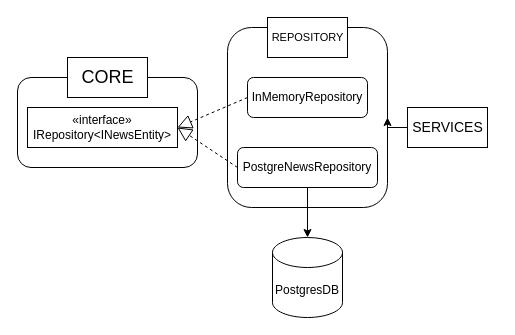
carlCarlson6/CamillionCodeAssignment keeps this draw.io diagram as img/REPOSITORY_diagram.drawio. Above is the earlier version. Source tidied: cells renumbered, new cells numbered last; positions are measured from the earlier drawing's top-left corner, leaving out a move shared by most shapes. Both pictures are drawn from the tidied source at 100%, with x=0, y=0 at pixel (17, 17).
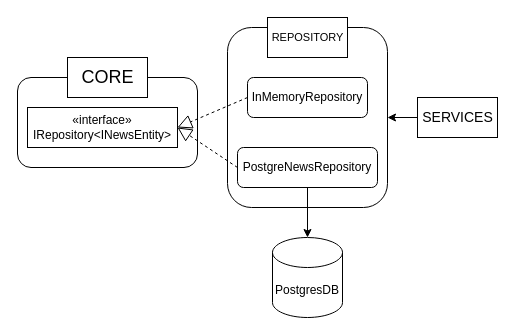
The same page after the edit.

Commit message (it also covers changes not shown here):
updated repository diagram

Diff of the diagram source:
```diff
@@
 <mxGraphModel>
   <root>
     <mxCell id="0" />
     <mxCell id="1" parent="0" />
     <mxCell id="2" style="rounded=1;whiteSpace=wrap;html=1;" parent="1" vertex="1">
       <mxGeometry y="60" width="180" height="90" as="geometry" />
     </mxCell>
     <mxCell id="3" style="rounded=1;whiteSpace=wrap;html=1;" parent="1" vertex="1">
       <mxGeometry x="210" y="10" width="160" height="180" as="geometry" />
     </mxCell>
     <mxCell id="4" value="&lt;font style=&quot;font-size: 11px&quot;&gt;REPOSITORY&lt;/font&gt;" style="html=1;" parent="1" vertex="1">
       <mxGeometry x="250" width="80" height="40" as="geometry" />
     </mxCell>
     <mxCell id="5" value="InMemoryRepository" style="rounded=1;whiteSpace=wrap;html=1;" parent="1" vertex="1">
       <mxGeometry x="230" y="60" width="120" height="40" as="geometry" />
     </mxCell>
     <mxCell id="6" value="«interface»&lt;br style=&quot;padding: 0px ; margin: 0px&quot;&gt;IRepository&amp;lt;INewsEntity&amp;gt;" style="rounded=0;whiteSpace=wrap;html=1;" parent="1" vertex="1">
       <mxGeometry x="10" y="90" width="150" height="40" as="geometry" />
     </mxCell>
     <mxCell id="7" style="endArrow=block;dashed=1;endFill=0;endSize=12;html=1;exitX=0;exitY=0.5;exitDx=0;exitDy=0;entryX=1;entryY=0.5;entryDx=0;entryDy=0;" parent="1" edge="1" source="5" target="6">
       <mxGeometry relative="1" as="geometry" />
     </mxCell>
     <mxCell id="8" style="edgeStyle=orthogonalEdgeStyle;rounded=0;jettySize=auto;html=1;entryX=0.5;entryY=0;entryDx=0;entryDy=0;entryPerimeter=0;" parent="1" edge="1" source="9" target="15">
       <mxGeometry relative="1" as="geometry" />
     </mxCell>
     <mxCell id="9" value="PostgreNewsRepository" style="rounded=1;whiteSpace=wrap;html=1;" parent="1" vertex="1">
       <mxGeometry x="220" y="130" width="140" height="40" as="geometry" />
     </mxCell>
     <mxCell id="10" style="endArrow=block;dashed=1;endFill=0;endSize=12;html=1;exitX=0;exitY=0.5;exitDx=0;exitDy=0;entryX=1;entryY=0.5;entryDx=0;entryDy=0;" parent="1" edge="1" source="9" target="6">
       <mxGeometry relative="1" as="geometry" />
     </mxCell>
-    <mxCell id="11" style="edgeStyle=orthogonalEdgeStyle;rounded=0;jettySize=auto;html=1;entryX=1;entryY=0.5;entryDx=0;entryDy=0;" parent="1" edge="1" source="12" target="3">
+    <mxCell id="11" style="edgeStyle=orthogonalEdgeStyle;rounded=0;jettySize=auto;html=1;" parent="1" edge="1" source="12" target="3">
       <mxGeometry relative="1" as="geometry" />
     </mxCell>
     <mxCell id="12" value="&lt;font style=&quot;font-size: 14px&quot;&gt;SERVICES&lt;/font&gt;" style="html=1;" parent="1" vertex="1">
-      <mxGeometry x="390" y="90" width="80" height="40" as="geometry" />
+      <mxGeometry x="400" y="80" width="80" height="40" as="geometry" />
     </mxCell>
     <mxCell id="13" style="edgeStyle=orthogonalEdgeStyle;rounded=0;orthogonalLoop=1;jettySize=auto;html=1;exitX=0.5;exitY=1;exitDx=0;exitDy=0;" parent="1" edge="1" source="3" target="3">
       <mxGeometry relative="1" as="geometry" />
     </mxCell>
     <mxCell id="14" value="&lt;font style=&quot;font-size: 18px&quot;&gt;CORE&lt;/font&gt;" style="html=1;" parent="1" vertex="1">
       <mxGeometry x="50" y="40" width="80" height="40" as="geometry" />
     </mxCell>
     <mxCell id="15" value="PostgresDB" style="shape=cylinder3;whiteSpace=wrap;html=1;boundedLbl=1;backgroundOutline=1;size=15;" parent="1" vertex="1">
       <mxGeometry x="255" y="220" width="70" height="80" as="geometry" />
     </mxCell>
   </root>
 </mxGraphModel>
```
